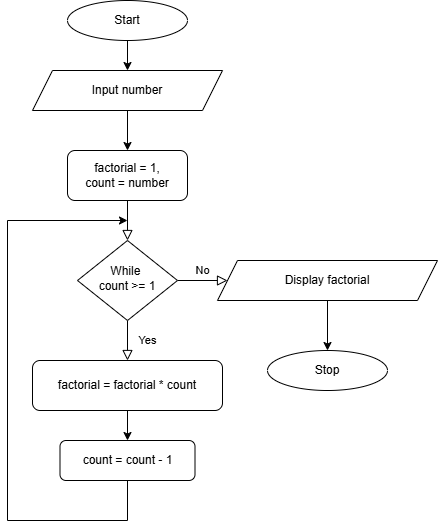
Before: images/Q9.drawio.png, a diagram exported from draw.io (jayani-athukorala/algorithm-flowchart-workshop). Source tidied: cells renumbered, new cells last; positions are measured from the earlier drawing's top-left corner, leaving out a move shared by most shapes.
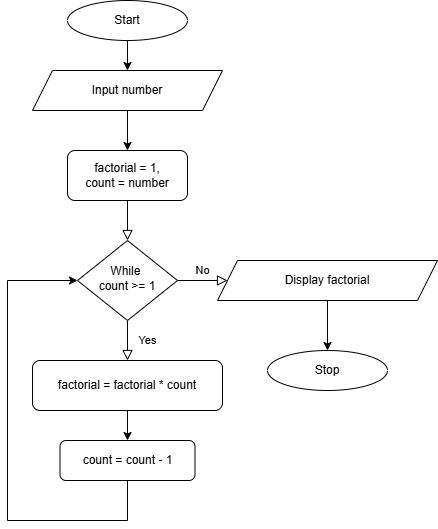
After the change.

The edit, as a diff of the source:
```diff
@@ -51,13 +51,12 @@
     <mxCell id="16" value="Stop" style="ellipse;whiteSpace=wrap;html=1;" parent="1" vertex="1">
       <mxGeometry x="260" y="350" width="120" height="40" as="geometry" />
     </mxCell>
-    <mxCell id="17" style="endArrow=classic;html=1;rounded=0;exitX=0.5;exitY=1;exitDx=0;exitDy=0;" parent="1" edge="1" source="7">
+    <mxCell id="17" style="endArrow=classic;html=1;rounded=0;exitX=0.5;exitY=1;exitDx=0;exitDy=0;" parent="1" edge="1" source="7" target="6">
       <mxGeometry relative="1" as="geometry">
-        <mxPoint x="120" y="220" as="targetPoint" />
         <Array as="points">
           <mxPoint x="120" y="520" />
           <mxPoint y="520" />
-          <mxPoint y="220" />
+          <mxPoint y="280" />
         </Array>
       </mxGeometry>
     </mxCell>
```
